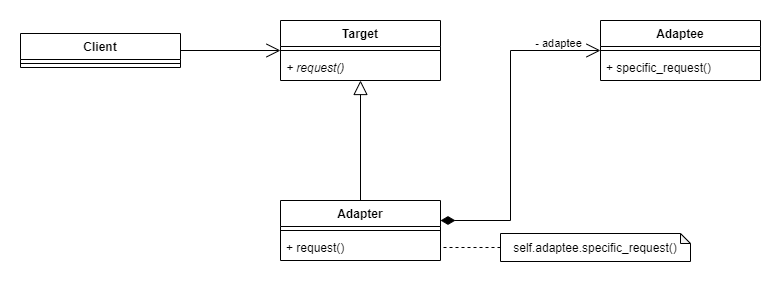
The draw.io diagram uml/adapter.png in apulps/Design-Patterns, before a commit. Source tidied: cells renumbered, new cells last; positions are measured from the earlier drawing's top-left corner, leaving out a move shared by most shapes.
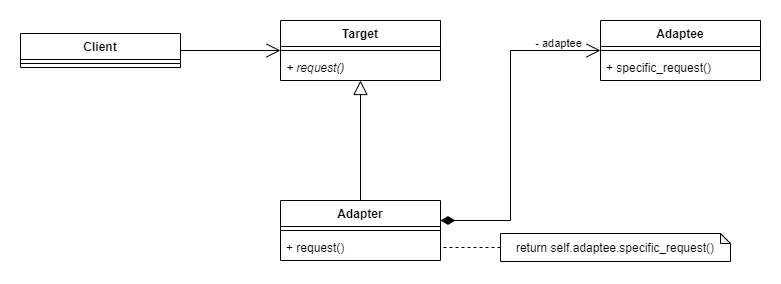
Later version of the same file.

Diff of the diagram source:
```diff
@@ -57,8 +57,8 @@
     <mxCell id="17" style="edgeStyle=orthogonalEdgeStyle;rounded=0;jettySize=auto;html=1;exitX=0;exitY=0.5;exitDx=0;exitDy=0;exitPerimeter=0;startArrow=none;startFill=0;startSize=12;endArrow=none;endFill=0;endSize=12;targetPerimeterSpacing=0;strokeWidth=1;dashed=1;" parent="1" edge="1" source="18" target="7">
       <mxGeometry relative="1" as="geometry" />
     </mxCell>
-    <mxCell id="18" value="self.adaptee.specific_request()" style="shape=note;whiteSpace=wrap;html=1;backgroundOutline=1;darkOpacity=0.05;size=10;" parent="1" vertex="1">
-      <mxGeometry x="480" y="213" width="190" height="28" as="geometry" />
+    <mxCell id="18" value="return self.adaptee.specific_request()" style="shape=note;whiteSpace=wrap;html=1;backgroundOutline=1;darkOpacity=0.05;size=10;" parent="1" vertex="1">
+      <mxGeometry x="480" y="213" width="230" height="28" as="geometry" />
     </mxCell>
   </root>
 </mxGraphModel>
```
